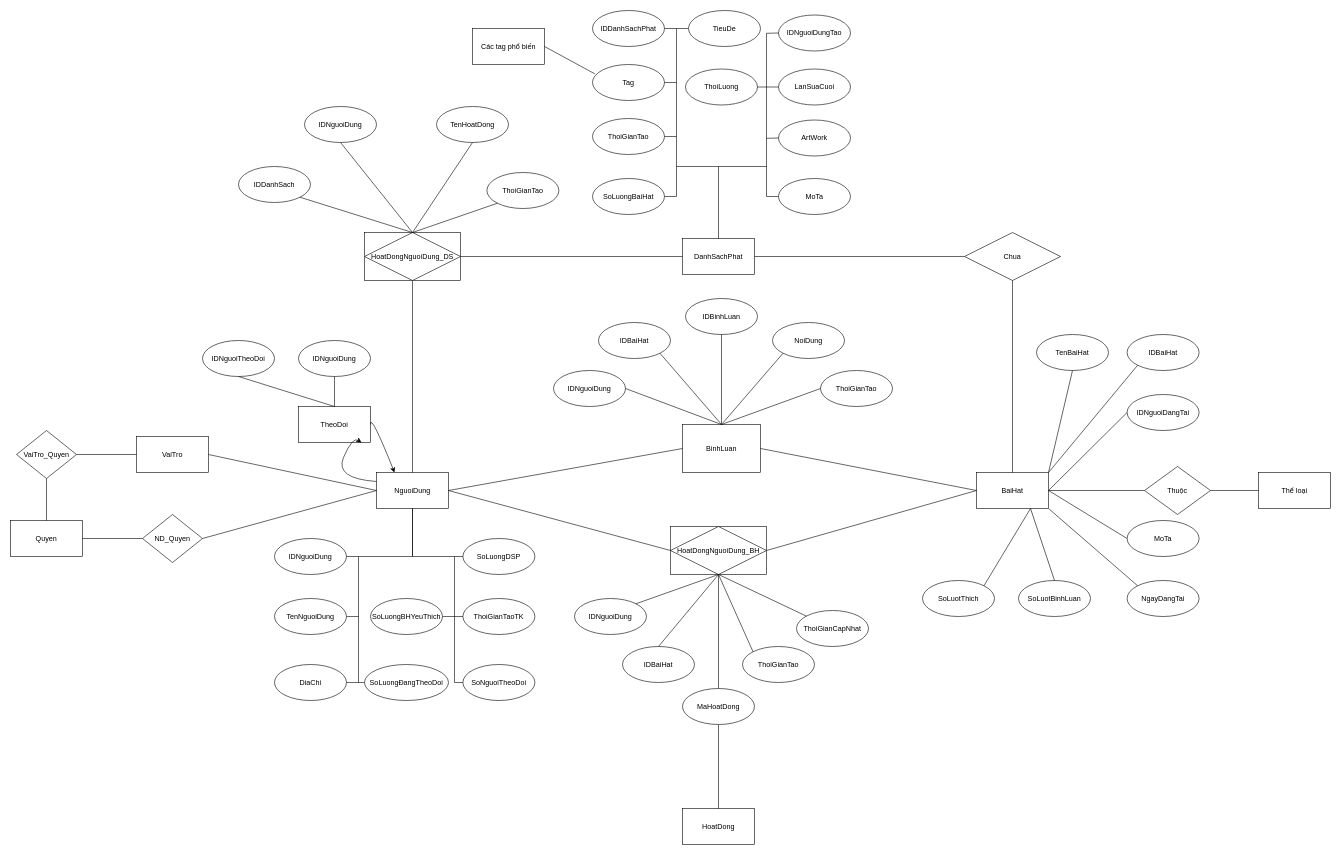
This is ERD.drawio from duyhelloworld/webnangcao, a draw.io file, before an edit. Source tidied: cells renumbered, new cells numbered last; positions are measured from the earlier drawing's top-left corner, leaving out a move shared by most shapes. Both pictures are drawn from the tidied source at 60%, with x=0, y=0 at pixel (10, 10).
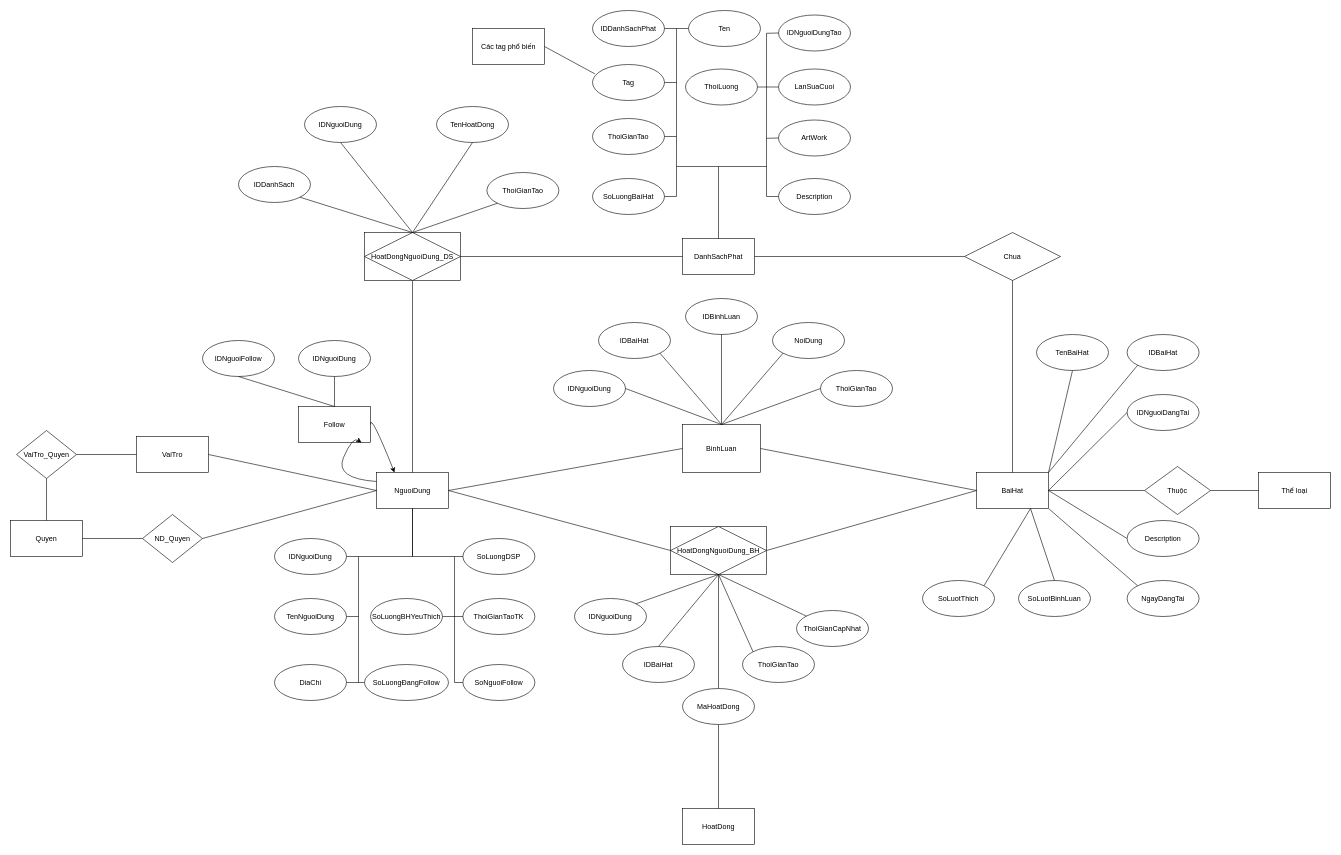
The same page after the edit.

Commit message:
Xóa ô text thừa

Diff of the diagram source:
```diff
@@
-    <mxCell id="5" value="TheoDoi" style="rounded=0;whiteSpace=wrap;html=1;" parent="1" vertex="1">
+    <mxCell id="5" value="Follow" style="rounded=0;whiteSpace=wrap;html=1;" parent="1" vertex="1">
       <mxGeometry x="480" y="660" width="120" height="60" as="geometry" />
     </mxCell>
@@
-    <mxCell id="55" value="TieuDe" style="ellipse;whiteSpace=wrap;html=1;direction=east;" parent="1" vertex="1">
+    <mxCell id="55" value="Ten" style="ellipse;whiteSpace=wrap;html=1;direction=east;" parent="1" vertex="1">
       <mxGeometry x="1130" width="120" height="60" as="geometry" />
     </mxCell>
@@
-    <mxCell id="58" value="MoTa" style="ellipse;whiteSpace=wrap;html=1;direction=east;" parent="1" vertex="1">
+    <mxCell id="58" value="Description" style="ellipse;whiteSpace=wrap;html=1;direction=east;" parent="1" vertex="1">
       <mxGeometry x="1280" y="280" width="120" height="60" as="geometry" />
     </mxCell>
@@
-    <mxCell id="75" value="MoTa" style="ellipse;whiteSpace=wrap;html=1;" parent="1" vertex="1">
+    <mxCell id="75" value="Description" style="ellipse;whiteSpace=wrap;html=1;" parent="1" vertex="1">
       <mxGeometry x="1861" y="850" width="120" height="60" as="geometry" />
     </mxCell>
@@
-    <mxCell id="90" value="SoNguoiTheoDoi" style="ellipse;whiteSpace=wrap;html=1;" parent="1" vertex="1">
+    <mxCell id="90" value="SoNguoiFollow" style="ellipse;whiteSpace=wrap;html=1;" parent="1" vertex="1">
       <mxGeometry x="754" y="1090" width="120" height="60" as="geometry" />
     </mxCell>
-    <mxCell id="91" value="SoLuongĐangTheoDoi" style="ellipse;whiteSpace=wrap;html=1;" parent="1" vertex="1">
+    <mxCell id="91" value="SoLuongĐangFollow" style="ellipse;whiteSpace=wrap;html=1;" parent="1" vertex="1">
       <mxGeometry x="590" y="1090" width="140" height="60" as="geometry" />
     </mxCell>
@@
-    <mxCell id="103" value="IDNguoiTheoDoi" style="ellipse;whiteSpace=wrap;html=1;" parent="1" vertex="1">
+    <mxCell id="103" value="IDNguoiFollow" style="ellipse;whiteSpace=wrap;html=1;" parent="1" vertex="1">
       <mxGeometry x="320" y="550" width="120" height="60" as="geometry" />
     </mxCell>
```
